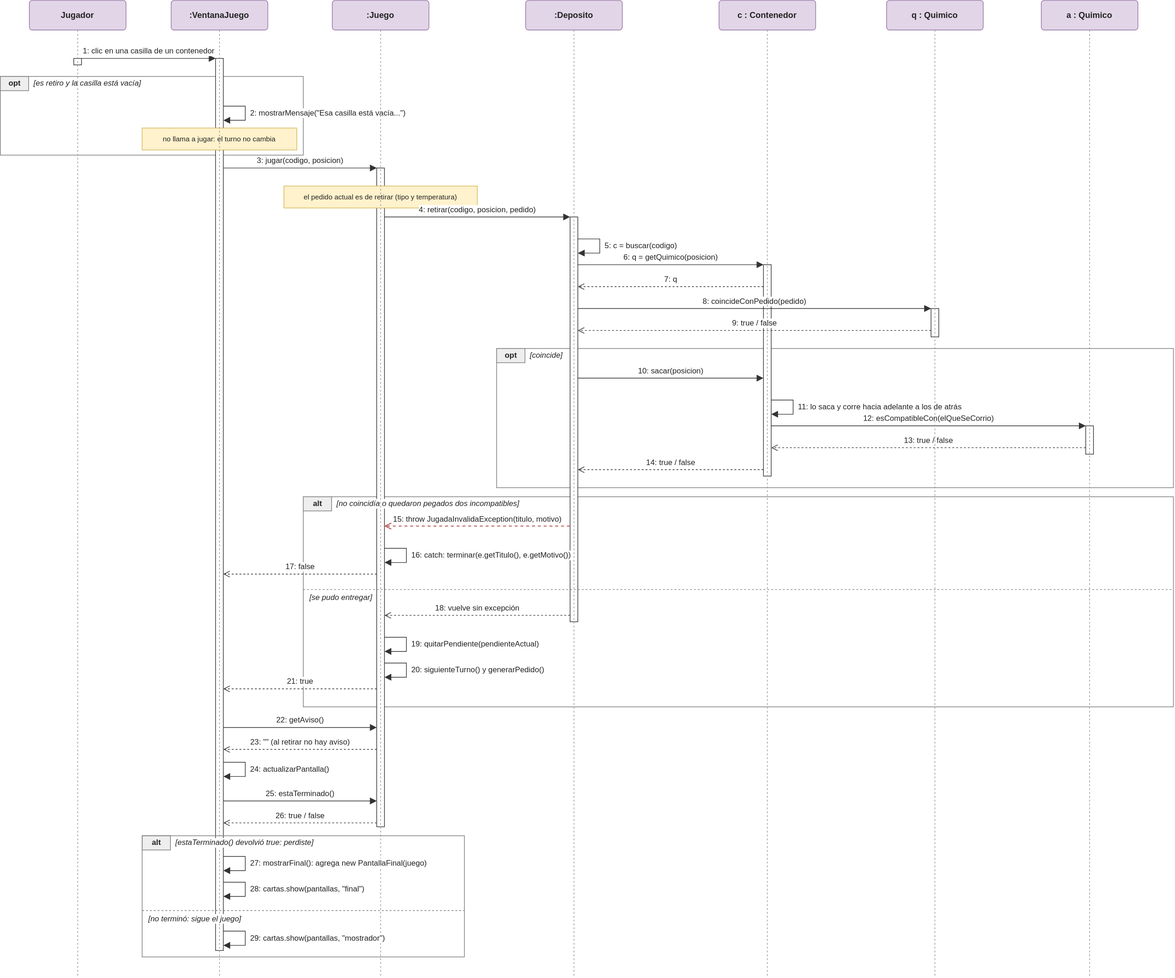
luzzaragoza/Brancheaditass keeps this draw.io diagram as Alquimia-diagramas-Secuencia_ retirar.drawio.svg. Above is the earlier version. Source tidied: cells renumbered, new cells last; positions are measured from the earlier drawing's top-left corner, leaving out a move shared by most shapes.
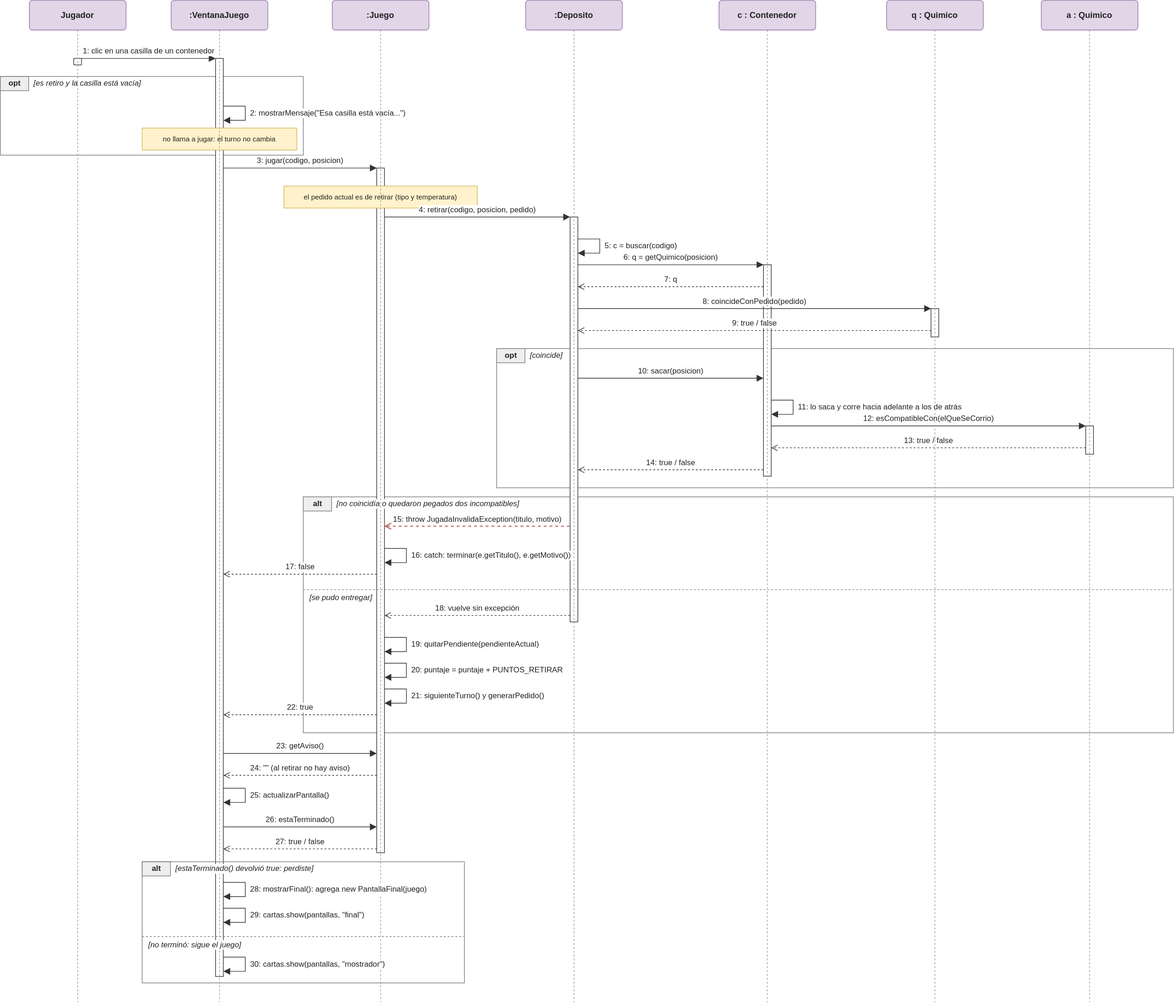
The same file after the commit.

Commit message:
Pocionella: título, getImagenEncargada en los paneles, diagramas y sprints finales

The edit, as a diff of the source:
```diff
@@ -9,16 +9,16 @@
       <mxGeometry x="770" y="540" width="1050" height="216" as="geometry" />
     </mxCell>
     <mxCell id="4" style="rounded=0;html=1;fillColor=none;strokeColor=#7a7a7a;" parent="1" vertex="1">
-      <mxGeometry x="470" y="770" width="1350" height="326" as="geometry" />
+      <mxGeometry x="470" y="770" width="1350" height="366" as="geometry" />
     </mxCell>
     <mxCell id="5" style="rounded=0;html=1;fillColor=#ffffff;strokeColor=#333333;" parent="1" vertex="1">
       <mxGeometry x="114" y="90" width="12" height="10" as="geometry" />
     </mxCell>
     <mxCell id="6" style="rounded=0;html=1;fillColor=#ffffff;strokeColor=#333333;" parent="1" vertex="1">
-      <mxGeometry x="334" y="90" width="12" height="1384" as="geometry" />
+      <mxGeometry x="334" y="90" width="12" height="1424" as="geometry" />
     </mxCell>
     <mxCell id="7" style="rounded=0;html=1;fillColor=#ffffff;strokeColor=#333333;" parent="1" vertex="1">
-      <mxGeometry x="584" y="260" width="12" height="1022" as="geometry" />
+      <mxGeometry x="584" y="260" width="12" height="1062" as="geometry" />
     </mxCell>
     <mxCell id="8" style="rounded=0;html=1;fillColor=#ffffff;strokeColor=#333333;" parent="1" vertex="1">
       <mxGeometry x="884" y="336" width="12" height="628" as="geometry" />
@@ -258,30 +258,30 @@
     </mxCell>
     <mxCell id="60" style="endArrow=block;endFill=1;html=1;rounded=0;strokeColor=#333333;endSize=8;" parent="1" edge="1">
       <mxGeometry relative="1" as="geometry">
-        <mxPoint x="596" y="1028" as="sourcePoint" />
-        <mxPoint x="596" y="1050" as="targetPoint" />
+        <mxPoint x="596" y="1068" as="sourcePoint" />
+        <mxPoint x="596" y="1090" as="targetPoint" />
         <Array as="points">
-          <mxPoint x="630" y="1028" />
-          <mxPoint x="630" y="1050" />
+          <mxPoint x="630" y="1068" />
+          <mxPoint x="630" y="1090" />
         </Array>
       </mxGeometry>
     </mxCell>
-    <mxCell id="61" value="20: siguienteTurno() y generarPedido()" style="text;html=1;strokeColor=none;fillColor=none;align=left;verticalAlign=middle;fontSize=12;fontFamily=Helvetica;fontColor=#222222;labelBackgroundColor=#ffffff;" parent="1" vertex="1">
-      <mxGeometry x="636" y="1030" width="360" height="18" as="geometry" />
+    <mxCell id="61" value="21: siguienteTurno() y generarPedido()" style="text;html=1;strokeColor=none;fillColor=none;align=left;verticalAlign=middle;fontSize=12;fontFamily=Helvetica;fontColor=#222222;labelBackgroundColor=#ffffff;" parent="1" vertex="1">
+      <mxGeometry x="636" y="1070" width="360" height="18" as="geometry" />
     </mxCell>
     <mxCell id="62" style="dashed=1;endArrow=open;endFill=0;html=1;rounded=0;strokeColor=#333333;endSize=8;" parent="1" edge="1">
       <mxGeometry relative="1" as="geometry">
-        <mxPoint x="584" y="1068" as="sourcePoint" />
-        <mxPoint x="346" y="1068" as="targetPoint" />
+        <mxPoint x="584" y="1108" as="sourcePoint" />
+        <mxPoint x="346" y="1108" as="targetPoint" />
       </mxGeometry>
     </mxCell>
-    <mxCell id="63" value="21: true" style="text;html=1;strokeColor=none;fillColor=none;align=center;verticalAlign=middle;fontSize=12;fontFamily=Helvetica;fontColor=#222222;labelBackgroundColor=#ffffff;" parent="1" vertex="1">
-      <mxGeometry x="346" y="1048" width="238" height="18" as="geometry" />
+    <mxCell id="63" value="22: true" style="text;html=1;strokeColor=none;fillColor=none;align=center;verticalAlign=middle;fontSize=12;fontFamily=Helvetica;fontColor=#222222;labelBackgroundColor=#ffffff;" parent="1" vertex="1">
+      <mxGeometry x="346" y="1088" width="238" height="18" as="geometry" />
     </mxCell>
     <mxCell id="64" style="endArrow=none;dashed=1;html=1;strokeColor=#999999;" parent="1" edge="1">
       <mxGeometry relative="1" as="geometry">
         <mxPoint x="120" y="46" as="sourcePoint" />
-        <mxPoint x="120" y="1514" as="targetPoint" />
+        <mxPoint x="120" y="1554" as="targetPoint" />
       </mxGeometry>
     </mxCell>
     <mxCell id="65" value="Jugador" style="rounded=1;arcSize=10;whiteSpace=wrap;html=1;fillColor=#e1d5e7;strokeColor=#9673a6;fontStyle=1;fontSize=13;fontFamily=Helvetica;fontColor=#222222;" parent="1" vertex="1">
@@ -290,7 +290,7 @@
     <mxCell id="66" style="endArrow=none;dashed=1;html=1;strokeColor=#999999;" parent="1" edge="1">
       <mxGeometry relative="1" as="geometry">
         <mxPoint x="340" y="46" as="sourcePoint" />
-        <mxPoint x="340" y="1514" as="targetPoint" />
+        <mxPoint x="340" y="1554" as="targetPoint" />
       </mxGeometry>
     </mxCell>
     <mxCell id="67" value=":VentanaJuego" style="rounded=1;arcSize=10;whiteSpace=wrap;html=1;fillColor=#e1d5e7;strokeColor=#9673a6;fontStyle=1;fontSize=13;fontFamily=Helvetica;fontColor=#222222;" parent="1" vertex="1">
@@ -299,7 +299,7 @@
     <mxCell id="68" style="endArrow=none;dashed=1;html=1;strokeColor=#999999;" parent="1" edge="1">
       <mxGeometry relative="1" as="geometry">
         <mxPoint x="590" y="46" as="sourcePoint" />
-        <mxPoint x="590" y="1514" as="targetPoint" />
+        <mxPoint x="590" y="1554" as="targetPoint" />
       </mxGeometry>
     </mxCell>
     <mxCell id="69" value=":Juego" style="rounded=1;arcSize=10;whiteSpace=wrap;html=1;fillColor=#e1d5e7;strokeColor=#9673a6;fontStyle=1;fontSize=13;fontFamily=Helvetica;fontColor=#222222;" parent="1" vertex="1">
@@ -308,7 +308,7 @@
     <mxCell id="70" style="endArrow=none;dashed=1;html=1;strokeColor=#999999;" parent="1" edge="1">
       <mxGeometry relative="1" as="geometry">
         <mxPoint x="890" y="46" as="sourcePoint" />
-        <mxPoint x="890" y="1514" as="targetPoint" />
+        <mxPoint x="890" y="1554" as="targetPoint" />
       </mxGeometry>
     </mxCell>
     <mxCell id="71" value=":Deposito" style="rounded=1;arcSize=10;whiteSpace=wrap;html=1;fillColor=#e1d5e7;strokeColor=#9673a6;fontStyle=1;fontSize=13;fontFamily=Helvetica;fontColor=#222222;" parent="1" vertex="1">
@@ -317,7 +317,7 @@
     <mxCell id="72" style="endArrow=none;dashed=1;html=1;strokeColor=#999999;" parent="1" edge="1">
       <mxGeometry relative="1" as="geometry">
         <mxPoint x="1190" y="46" as="sourcePoint" />
-        <mxPoint x="1190" y="1514" as="targetPoint" />
+        <mxPoint x="1190" y="1554" as="targetPoint" />
       </mxGeometry>
     </mxCell>
     <mxCell id="73" value="c : Contenedor" style="rounded=1;arcSize=10;whiteSpace=wrap;html=1;fillColor=#e1d5e7;strokeColor=#9673a6;fontStyle=1;fontSize=13;fontFamily=Helvetica;fontColor=#222222;" parent="1" vertex="1">
@@ -326,7 +326,7 @@
     <mxCell id="74" style="endArrow=none;dashed=1;html=1;strokeColor=#999999;" parent="1" edge="1">
       <mxGeometry relative="1" as="geometry">
         <mxPoint x="1450" y="46" as="sourcePoint" />
-        <mxPoint x="1450" y="1514" as="targetPoint" />
+        <mxPoint x="1450" y="1554" as="targetPoint" />
       </mxGeometry>
     </mxCell>
     <mxCell id="75" value="q : Quimico" style="rounded=1;arcSize=10;whiteSpace=wrap;html=1;fillColor=#e1d5e7;strokeColor=#9673a6;fontStyle=1;fontSize=13;fontFamily=Helvetica;fontColor=#222222;" parent="1" vertex="1">
@@ -335,7 +335,7 @@
     <mxCell id="76" style="endArrow=none;dashed=1;html=1;strokeColor=#999999;" parent="1" edge="1">
       <mxGeometry relative="1" as="geometry">
         <mxPoint x="1690" y="46" as="sourcePoint" />
-        <mxPoint x="1690" y="1514" as="targetPoint" />
+        <mxPoint x="1690" y="1554" as="targetPoint" />
       </mxGeometry>
     </mxCell>
     <mxCell id="77" value="a : Quimico" style="rounded=1;arcSize=10;whiteSpace=wrap;html=1;fillColor=#e1d5e7;strokeColor=#9673a6;fontStyle=1;fontSize=13;fontFamily=Helvetica;fontColor=#222222;" parent="1" vertex="1">
@@ -343,109 +343,122 @@
     </mxCell>
     <mxCell id="78" style="endArrow=block;endFill=1;html=1;rounded=0;strokeColor=#333333;endSize=8;" parent="1" edge="1">
       <mxGeometry relative="1" as="geometry">
-        <mxPoint x="346" y="1128" as="sourcePoint" />
-        <mxPoint x="584" y="1128" as="targetPoint" />
+        <mxPoint x="346" y="1168" as="sourcePoint" />
+        <mxPoint x="584" y="1168" as="targetPoint" />
       </mxGeometry>
     </mxCell>
-    <mxCell id="79" value="22: getAviso()" style="text;html=1;strokeColor=none;fillColor=none;align=center;verticalAlign=middle;fontSize=12;fontFamily=Helvetica;fontColor=#222222;labelBackgroundColor=#ffffff;" parent="1" vertex="1">
-      <mxGeometry x="346" y="1108" width="238" height="18" as="geometry" />
+    <mxCell id="79" value="23: getAviso()" style="text;html=1;strokeColor=none;fillColor=none;align=center;verticalAlign=middle;fontSize=12;fontFamily=Helvetica;fontColor=#222222;labelBackgroundColor=#ffffff;" parent="1" vertex="1">
+      <mxGeometry x="346" y="1148" width="238" height="18" as="geometry" />
     </mxCell>
     <mxCell id="80" style="dashed=1;endArrow=open;endFill=0;html=1;rounded=0;strokeColor=#333333;endSize=8;" parent="1" edge="1">
       <mxGeometry relative="1" as="geometry">
-        <mxPoint x="584" y="1162" as="sourcePoint" />
-        <mxPoint x="346" y="1162" as="targetPoint" />
+        <mxPoint x="584" y="1202" as="sourcePoint" />
+        <mxPoint x="346" y="1202" as="targetPoint" />
       </mxGeometry>
     </mxCell>
-    <mxCell id="81" value="23: &quot;&quot; (al retirar no hay aviso)" style="text;html=1;strokeColor=none;fillColor=none;align=center;verticalAlign=middle;fontSize=12;fontFamily=Helvetica;fontColor=#222222;labelBackgroundColor=#ffffff;" parent="1" vertex="1">
-      <mxGeometry x="346" y="1142" width="238" height="18" as="geometry" />
+    <mxCell id="81" value="24: &quot;&quot; (al retirar no hay aviso)" style="text;html=1;strokeColor=none;fillColor=none;align=center;verticalAlign=middle;fontSize=12;fontFamily=Helvetica;fontColor=#222222;labelBackgroundColor=#ffffff;" parent="1" vertex="1">
+      <mxGeometry x="346" y="1182" width="238" height="18" as="geometry" />
     </mxCell>
     <mxCell id="82" style="endArrow=block;endFill=1;html=1;rounded=0;strokeColor=#333333;endSize=8;" parent="1" edge="1">
       <mxGeometry relative="1" as="geometry">
-        <mxPoint x="346" y="1182" as="sourcePoint" />
-        <mxPoint x="346" y="1204" as="targetPoint" />
+        <mxPoint x="346" y="1222" as="sourcePoint" />
+        <mxPoint x="346" y="1244" as="targetPoint" />
         <Array as="points">
-          <mxPoint x="380" y="1182" />
-          <mxPoint x="380" y="1204" />
+          <mxPoint x="380" y="1222" />
+          <mxPoint x="380" y="1244" />
         </Array>
       </mxGeometry>
     </mxCell>
-    <mxCell id="83" value="24: actualizarPantalla()" style="text;html=1;strokeColor=none;fillColor=none;align=left;verticalAlign=middle;fontSize=12;fontFamily=Helvetica;fontColor=#222222;labelBackgroundColor=#ffffff;" parent="1" vertex="1">
-      <mxGeometry x="386" y="1184" width="360" height="18" as="geometry" />
+    <mxCell id="83" value="25: actualizarPantalla()" style="text;html=1;strokeColor=none;fillColor=none;align=left;verticalAlign=middle;fontSize=12;fontFamily=Helvetica;fontColor=#222222;labelBackgroundColor=#ffffff;" parent="1" vertex="1">
+      <mxGeometry x="386" y="1224" width="360" height="18" as="geometry" />
     </mxCell>
     <mxCell id="84" style="endArrow=block;endFill=1;html=1;rounded=0;strokeColor=#333333;endSize=8;" parent="1" edge="1">
       <mxGeometry relative="1" as="geometry">
-        <mxPoint x="346" y="1242" as="sourcePoint" />
-        <mxPoint x="584" y="1242" as="targetPoint" />
+        <mxPoint x="346" y="1282" as="sourcePoint" />
+        <mxPoint x="584" y="1282" as="targetPoint" />
       </mxGeometry>
     </mxCell>
-    <mxCell id="85" value="25: estaTerminado()" style="text;html=1;strokeColor=none;fillColor=none;align=center;verticalAlign=middle;fontSize=12;fontFamily=Helvetica;fontColor=#222222;labelBackgroundColor=#ffffff;" parent="1" vertex="1">
-      <mxGeometry x="346" y="1222" width="238" height="18" as="geometry" />
+    <mxCell id="85" value="26: estaTerminado()" style="text;html=1;strokeColor=none;fillColor=none;align=center;verticalAlign=middle;fontSize=12;fontFamily=Helvetica;fontColor=#222222;labelBackgroundColor=#ffffff;" parent="1" vertex="1">
+      <mxGeometry x="346" y="1262" width="238" height="18" as="geometry" />
     </mxCell>
     <mxCell id="86" style="dashed=1;endArrow=open;endFill=0;html=1;rounded=0;strokeColor=#333333;endSize=8;" parent="1" edge="1">
       <mxGeometry relative="1" as="geometry">
-        <mxPoint x="584" y="1276" as="sourcePoint" />
-        <mxPoint x="346" y="1276" as="targetPoint" />
+        <mxPoint x="584" y="1316" as="sourcePoint" />
+        <mxPoint x="346" y="1316" as="targetPoint" />
       </mxGeometry>
     </mxCell>
-    <mxCell id="87" value="26: true / false" style="text;html=1;strokeColor=none;fillColor=none;align=center;verticalAlign=middle;fontSize=12;fontFamily=Helvetica;fontColor=#222222;labelBackgroundColor=#ffffff;" parent="1" vertex="1">
-      <mxGeometry x="346" y="1256" width="238" height="18" as="geometry" />
+    <mxCell id="87" value="27: true / false" style="text;html=1;strokeColor=none;fillColor=none;align=center;verticalAlign=middle;fontSize=12;fontFamily=Helvetica;fontColor=#222222;labelBackgroundColor=#ffffff;" parent="1" vertex="1">
+      <mxGeometry x="346" y="1296" width="238" height="18" as="geometry" />
     </mxCell>
     <mxCell id="88" value="alt" style="rounded=0;html=1;fillColor=#eeeeee;strokeColor=#7a7a7a;fontStyle=1;fontSize=12;fontFamily=Helvetica;fontColor=#222222;" parent="1" vertex="1">
-      <mxGeometry x="220" y="1296" width="44" height="22" as="geometry" />
+      <mxGeometry x="220" y="1336" width="44" height="22" as="geometry" />
     </mxCell>
     <mxCell id="89" value="[estaTerminado() devolvió true: perdiste]" style="text;html=1;strokeColor=none;fillColor=none;align=left;verticalAlign=middle;fontSize=12;fontFamily=Helvetica;fontColor=#222222;labelBackgroundColor=#ffffff;fontStyle=2;" parent="1" vertex="1">
-      <mxGeometry x="270" y="1298" width="444" height="18" as="geometry" />
+      <mxGeometry x="270" y="1338" width="444" height="18" as="geometry" />
     </mxCell>
     <mxCell id="90" style="endArrow=block;endFill=1;html=1;rounded=0;strokeColor=#333333;endSize=8;" parent="1" edge="1">
       <mxGeometry relative="1" as="geometry">
-        <mxPoint x="346" y="1328" as="sourcePoint" />
-        <mxPoint x="346" y="1350" as="targetPoint" />
+        <mxPoint x="346" y="1368" as="sourcePoint" />
+        <mxPoint x="346" y="1390" as="targetPoint" />
         <Array as="points">
-          <mxPoint x="380" y="1328" />
-          <mxPoint x="380" y="1350" />
+          <mxPoint x="380" y="1368" />
+          <mxPoint x="380" y="1390" />
         </Array>
       </mxGeometry>
     </mxCell>
-    <mxCell id="91" value="27: mostrarFinal(): agrega new PantallaFinal(juego)" style="text;html=1;strokeColor=none;fillColor=none;align=left;verticalAlign=middle;fontSize=12;fontFamily=Helvetica;fontColor=#222222;labelBackgroundColor=#ffffff;" parent="1" vertex="1">
-      <mxGeometry x="386" y="1330" width="360" height="18" as="geometry" />
+    <mxCell id="91" value="28: mostrarFinal(): agrega new PantallaFinal(juego)" style="text;html=1;strokeColor=none;fillColor=none;align=left;verticalAlign=middle;fontSize=12;fontFamily=Helvetica;fontColor=#222222;labelBackgroundColor=#ffffff;" parent="1" vertex="1">
+      <mxGeometry x="386" y="1370" width="360" height="18" as="geometry" />
     </mxCell>
     <mxCell id="92" style="endArrow=block;endFill=1;html=1;rounded=0;strokeColor=#333333;endSize=8;" parent="1" edge="1">
       <mxGeometry relative="1" as="geometry">
-        <mxPoint x="346" y="1368" as="sourcePoint" />
-        <mxPoint x="346" y="1390" as="targetPoint" />
+        <mxPoint x="346" y="1408" as="sourcePoint" />
+        <mxPoint x="346" y="1430" as="targetPoint" />
         <Array as="points">
-          <mxPoint x="380" y="1368" />
-          <mxPoint x="380" y="1390" />
+          <mxPoint x="380" y="1408" />
+          <mxPoint x="380" y="1430" />
         </Array>
       </mxGeometry>
     </mxCell>
-    <mxCell id="93" value="28: cartas.show(pantallas, &quot;final&quot;)" style="text;html=1;strokeColor=none;fillColor=none;align=left;verticalAlign=middle;fontSize=12;fontFamily=Helvetica;fontColor=#222222;labelBackgroundColor=#ffffff;" parent="1" vertex="1">
-      <mxGeometry x="386" y="1370" width="360" height="18" as="geometry" />
+    <mxCell id="93" value="29: cartas.show(pantallas, &quot;final&quot;)" style="text;html=1;strokeColor=none;fillColor=none;align=left;verticalAlign=middle;fontSize=12;fontFamily=Helvetica;fontColor=#222222;labelBackgroundColor=#ffffff;" parent="1" vertex="1">
+      <mxGeometry x="386" y="1410" width="360" height="18" as="geometry" />
     </mxCell>
     <mxCell id="94" style="endArrow=none;dashed=1;html=1;strokeColor=#7a7a7a;" parent="1" edge="1">
       <mxGeometry relative="1" as="geometry">
-        <mxPoint x="220" y="1412" as="sourcePoint" />
-        <mxPoint x="720" y="1412" as="targetPoint" />
+        <mxPoint x="220" y="1452" as="sourcePoint" />
+        <mxPoint x="720" y="1452" as="targetPoint" />
       </mxGeometry>
     </mxCell>
     <mxCell id="95" value="[no terminó: sigue el juego]" style="text;html=1;strokeColor=none;fillColor=none;align=left;verticalAlign=middle;fontSize=12;fontFamily=Helvetica;fontColor=#222222;labelBackgroundColor=#ffffff;fontStyle=2;" parent="1" vertex="1">
-      <mxGeometry x="228" y="1416" width="484" height="18" as="geometry" />
+      <mxGeometry x="228" y="1456" width="484" height="18" as="geometry" />
     </mxCell>
     <mxCell id="96" style="endArrow=block;endFill=1;html=1;rounded=0;strokeColor=#333333;endSize=8;" parent="1" edge="1">
       <mxGeometry relative="1" as="geometry">
-        <mxPoint x="346" y="1444" as="sourcePoint" />
-        <mxPoint x="346" y="1466" as="targetPoint" />
+        <mxPoint x="346" y="1484" as="sourcePoint" />
+        <mxPoint x="346" y="1506" as="targetPoint" />
         <Array as="points">
-          <mxPoint x="380" y="1444" />
-          <mxPoint x="380" y="1466" />
+          <mxPoint x="380" y="1484" />
+          <mxPoint x="380" y="1506" />
         </Array>
       </mxGeometry>
     </mxCell>
-    <mxCell id="97" value="29: cartas.show(pantallas, &quot;mostrador&quot;)" style="text;html=1;strokeColor=none;fillColor=none;align=left;verticalAlign=middle;fontSize=12;fontFamily=Helvetica;fontColor=#222222;labelBackgroundColor=#ffffff;" parent="1" vertex="1">
-      <mxGeometry x="386" y="1446" width="360" height="18" as="geometry" />
+    <mxCell id="97" value="30: cartas.show(pantallas, &quot;mostrador&quot;)" style="text;html=1;strokeColor=none;fillColor=none;align=left;verticalAlign=middle;fontSize=12;fontFamily=Helvetica;fontColor=#222222;labelBackgroundColor=#ffffff;" parent="1" vertex="1">
+      <mxGeometry x="386" y="1486" width="360" height="18" as="geometry" />
     </mxCell>
     <mxCell id="98" style="rounded=0;html=1;fillColor=none;strokeColor=#7a7a7a;" parent="1" vertex="1">
-      <mxGeometry x="220" y="1296" width="500" height="188" as="geometry" />
+      <mxGeometry x="220" y="1336" width="500" height="188" as="geometry" />
     </mxCell>
+    <mxCell id="99" style="endArrow=block;endFill=1;html=1;rounded=0;strokeColor=#333333;endSize=8;" parent="1" edge="1">
+      <mxGeometry relative="1" as="geometry">
+        <mxPoint x="596" y="1028" as="sourcePoint" />
+        <mxPoint x="596" y="1050" as="targetPoint" />
+        <Array as="points">
+          <mxPoint x="630" y="1028" />
+          <mxPoint x="630" y="1050" />
+        </Array>
+      </mxGeometry>
+    </mxCell>
+    <mxCell id="100" value="20: puntaje = puntaje + PUNTOS_RETIRAR" style="text;html=1;strokeColor=none;fillColor=none;align=left;verticalAlign=middle;fontSize=12;fontFamily=Helvetica;fontColor=#222222;labelBackgroundColor=#ffffff;" parent="1" vertex="1">
+      <mxGeometry x="636" y="1030" width="360" height="18" as="geometry" />
+    </mxCell>
   </root>
 </mxGraphModel>
```
